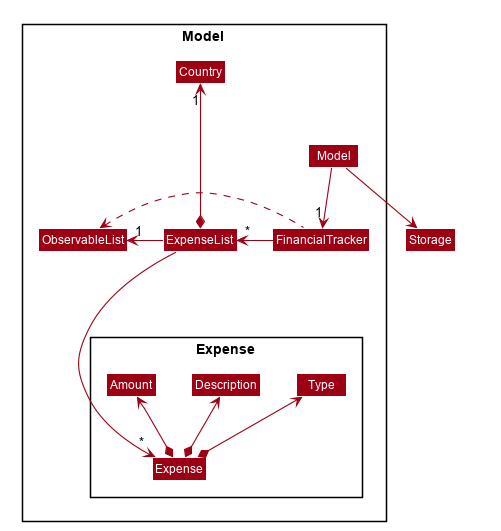
Earlier version of the PlantUML export docs/images/FinancialTrackerClassDiagram.png (nus-cs2103-AY1920S1/addressbook-level3).
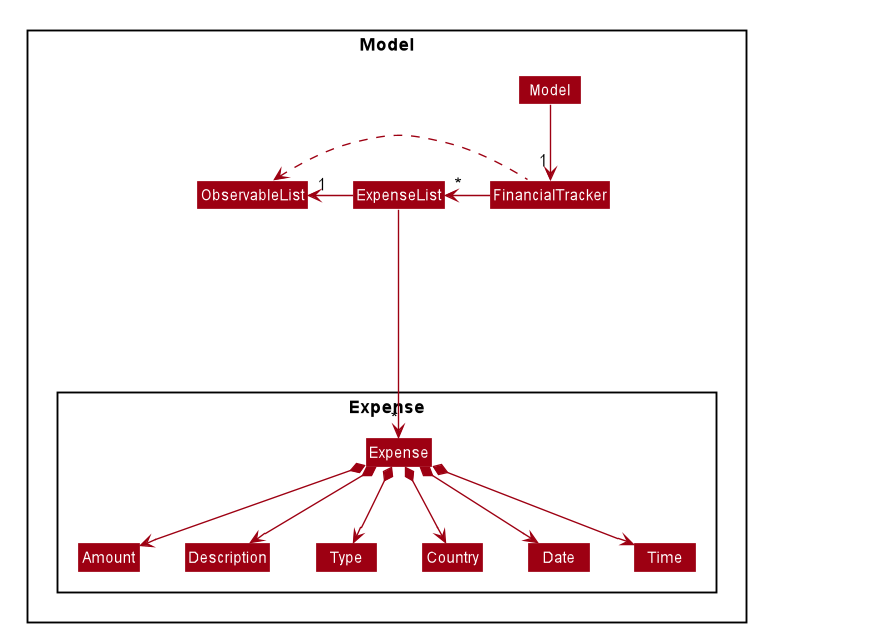
After the change.

Change to the diagram source:
```diff
@@ -53,25 +53,22 @@
 
 class HiddenOutside #FFFFFF
 
-Class Storage
-
 namespace Model {
 Class Model
 Model --> "1" FinancialTracker
 namespace Expense {
 Class Expense
-Expense *-up-> Amount
-Expense *-up-> Description
-Expense *-up-> Type
+Expense *-down-> Amount
+Expense *-down-> Description
+Expense *-down-> Type
+Expense *-down-> Country
+Expense *-down-> Date
+Expense *-down-> Time
 }
 FinancialTracker -left-> "*" ExpenseList
 FinancialTracker .left.> ObservableList
 ExpenseList -down---> "*" Model.Expense.Expense
 ExpenseList -left-> "1" Model.ObservableList
-ExpenseList *-up--> "1" Country
 }
 
-Model.Model --> Storage
-
-
 @enduml
```
